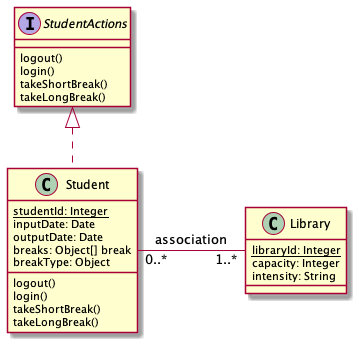
Above: architecture/project_uml.png in cihat/seating-arrangement (PlantUML), before the change. The source it was exported from:
```plantuml
@startuml

interface StudentActions {
  logout()
  login()
  takeShortBreak()
  takeLongBreak()
}

class Student {
  {static} studentId: Integer
  inputDate: Date
  outputDate: Date
  breaks: Object[] break
  breakType: Object

  logout()
  login()
  takeShortBreak()
  takeLongBreak()
}

class Library {
  {static} libraryId: Integer
  capacity: Integer
  intensity: String
}

Student "0..*" - "1..*" Library : association
class Student implements StudentActions

@enduml
```
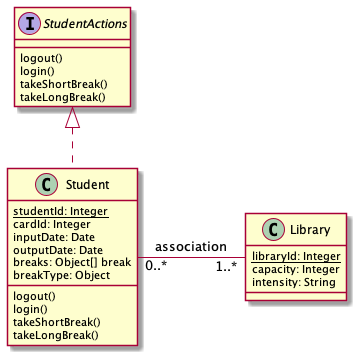
Later version of the same file.

Commit message:
Update project uml diagram

The edit, as a diff of the source:
```diff
@@ -9,6 +9,7 @@
 
 class Student {
   {static} studentId: Integer
+  cardId: Integer
   inputDate: Date
   outputDate: Date
   breaks: Object[] break
```
